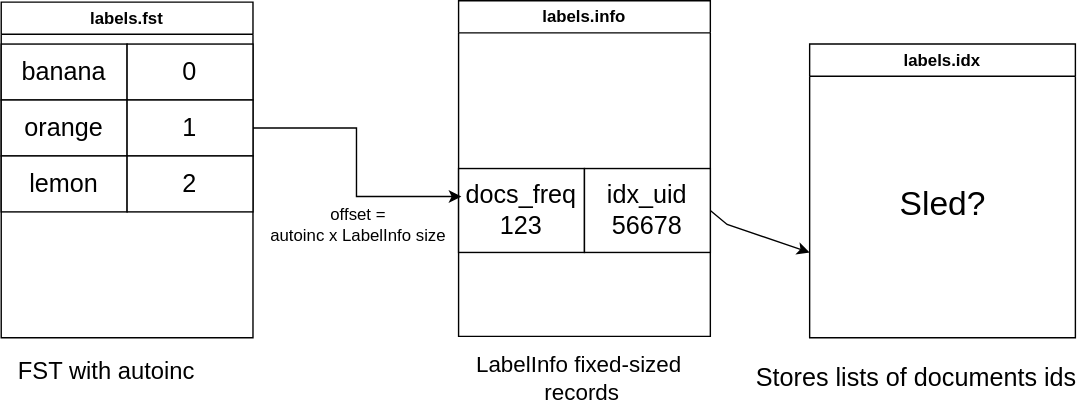
The draw.io diagram labels.drawio.svg in tarekziade/labels, before a commit. Source tidied: cells renumbered, new cells last; positions are measured from the earlier drawing's top-left corner, leaving out a move shared by most shapes.
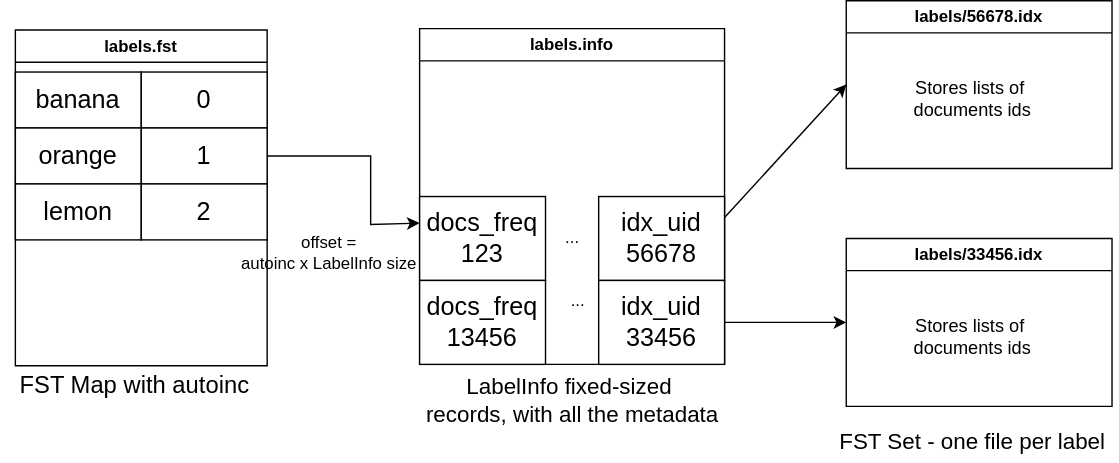
The same diagram one commit later.

Diff of the diagram source:
```diff
@@ -24,48 +24,63 @@
       <mxGeometry x="90" y="110" width="90" height="40" as="geometry" />
     </mxCell>
     <mxCell id="9" value="labels.info" style="swimlane;whiteSpace=wrap;html=1;" parent="1" vertex="1">
-      <mxGeometry x="327" width="180" height="240" as="geometry" />
+      <mxGeometry x="289" width="218" height="240" as="geometry" />
     </mxCell>
     <mxCell id="10" value="&lt;div&gt;docs_freq&lt;/div&gt;&lt;div&gt;123&lt;br&gt;&lt;/div&gt;" style="rounded=0;whiteSpace=wrap;html=1;fontSize=18;align=center;" parent="9" vertex="1">
       <mxGeometry y="120" width="90" height="60" as="geometry" />
     </mxCell>
     <mxCell id="11" value="idx_uid &lt;br&gt;&lt;div align=&quot;center&quot;&gt;56678&lt;/div&gt;" style="rounded=0;whiteSpace=wrap;html=1;fontSize=18;align=center;" parent="9" vertex="1">
-      <mxGeometry x="90" y="120" width="90" height="60" as="geometry" />
+      <mxGeometry x="128" y="120" width="90" height="60" as="geometry" />
     </mxCell>
+    <mxCell id="20" value="&lt;div&gt;docs_freq&lt;/div&gt;&lt;div&gt;13456&lt;br&gt;&lt;/div&gt;" style="rounded=0;whiteSpace=wrap;html=1;fontSize=18;align=center;" parent="9" vertex="1">
+      <mxGeometry y="180" width="90" height="60" as="geometry" />
+    </mxCell>
+    <mxCell id="21" value="idx_uid &lt;br&gt;&lt;div align=&quot;center&quot;&gt;33456&lt;br&gt;&lt;/div&gt;" style="rounded=0;whiteSpace=wrap;html=1;fontSize=18;align=center;" parent="9" vertex="1">
+      <mxGeometry x="128" y="180" width="90" height="60" as="geometry" />
+    </mxCell>
+    <mxCell id="22" value="..." style="text;html=1;align=center;verticalAlign=middle;strokeColor=none;fillColor=none;" parent="9" vertex="1">
+      <mxGeometry x="94" y="135" width="30" height="30" as="geometry" />
+    </mxCell>
+    <mxCell id="23" value="..." style="text;html=1;align=center;verticalAlign=middle;strokeColor=none;fillColor=none;" parent="9" vertex="1">
+      <mxGeometry x="98" y="180" width="30" height="30" as="geometry" />
+    </mxCell>
-    <mxCell id="12" value="labels.idx" style="swimlane;whiteSpace=wrap;html=1;" parent="1" vertex="1">
-      <mxGeometry x="578" y="31" width="190" height="210" as="geometry" />
+    <mxCell id="12" value="labels/33456.idx" style="swimlane;whiteSpace=wrap;html=1;" parent="1" vertex="1">
+      <mxGeometry x="594" y="150" width="190" height="120" as="geometry" />
     </mxCell>
-    <mxCell id="13" value="&lt;font style=&quot;font-size: 24px;&quot;&gt;Sled?&lt;/font&gt;" style="text;html=1;align=center;verticalAlign=middle;strokeColor=none;fillColor=none;" parent="12" vertex="1">
-      <mxGeometry x="55" y="95" width="80" height="40" as="geometry" />
-    </mxCell>
+    <mxCell id="19" value="&lt;div&gt;&lt;font style=&quot;font-size: 13px;&quot;&gt;Stores lists of&amp;nbsp;&lt;/font&gt;&lt;/div&gt;&lt;div&gt;&lt;font style=&quot;font-size: 13px;&quot;&gt;documents ids&lt;/font&gt;&lt;/div&gt;" style="text;html=1;align=center;verticalAlign=middle;strokeColor=none;fillColor=none;fontSize=13;" parent="12" vertex="1">
+      <mxGeometry x="35" y="50" width="110" height="40" as="geometry" />
+    </mxCell>
-    <mxCell id="14" style="edgeStyle=orthogonalEdgeStyle;rounded=0;jettySize=auto;html=1;exitX=1;exitY=0.5;exitDx=0;exitDy=0;" parent="1" edge="1" source="6">
+    <mxCell id="14" style="edgeStyle=orthogonalEdgeStyle;rounded=0;jettySize=auto;html=1;exitX=1;exitY=0.5;exitDx=0;exitDy=0;entryX=0.933;entryY=-0.025;entryDx=0;entryDy=0;entryPerimeter=0;" parent="1" edge="1" source="6" target="18">
       <mxGeometry relative="1" as="geometry">
-        <mxPoint x="329" y="140" as="targetPoint" />
         <Array as="points">
           <mxPoint x="254" y="91" />
           <mxPoint x="254" y="140" />
         </Array>
       </mxGeometry>
     </mxCell>
-    <mxCell id="15" style="endArrow=classic;html=1;rounded=0;exitX=1;exitY=0.5;exitDx=0;exitDy=0;entryX=0;entryY=0.5;entryDx=0;entryDy=0;" parent="1" edge="1" source="11">
-      <mxGeometry relative="1" as="geometry">
-        <mxPoint x="578" y="180" as="targetPoint" />
-        <Array as="points">
-          <mxPoint x="519" y="160" />
-        </Array>
-      </mxGeometry>
-    </mxCell>
-    <mxCell id="16" value="&lt;font style=&quot;font-size: 17px;&quot;&gt;FST with autoinc&lt;/font&gt;" style="text;html=1;align=center;verticalAlign=middle;strokeColor=none;fillColor=none;" parent="1" vertex="1">
-      <mxGeometry y="251" width="150" height="30" as="geometry" />
+    <mxCell id="16" value="&lt;font style=&quot;font-size: 17px;&quot;&gt;FST Map with autoinc&lt;/font&gt;" style="text;html=1;align=center;verticalAlign=middle;strokeColor=none;fillColor=none;" parent="1" vertex="1">
+      <mxGeometry x="-10" y="241" width="190" height="30" as="geometry" />
     </mxCell>
-    <mxCell id="17" value="&lt;div&gt;&lt;font style=&quot;font-size: 16px;&quot;&gt;LabelInfo fixed-sized&amp;nbsp;&lt;/font&gt;&lt;/div&gt;&lt;div&gt;&lt;font style=&quot;font-size: 16px;&quot;&gt;records&lt;/font&gt; &lt;/div&gt;" style="text;html=1;align=center;verticalAlign=middle;strokeColor=none;fillColor=none;" parent="1" vertex="1">
-      <mxGeometry x="330" y="245" width="170" height="50" as="geometry" />
+    <mxCell id="17" value="&lt;div&gt;&lt;font style=&quot;font-size: 16px;&quot;&gt;LabelInfo fixed-sized&amp;nbsp;&lt;/font&gt;&lt;/div&gt;&lt;div&gt;&lt;font style=&quot;font-size: 16px;&quot;&gt;records, with all the metadata&lt;/font&gt; &lt;/div&gt;" style="text;html=1;align=center;verticalAlign=middle;strokeColor=none;fillColor=none;" parent="1" vertex="1">
+      <mxGeometry x="283" y="241" width="230" height="50" as="geometry" />
     </mxCell>
     <mxCell id="18" value="&lt;div&gt;offset =&lt;/div&gt;&lt;div&gt;autoinc x LabelInfo size&lt;/div&gt;" style="text;html=1;align=center;verticalAlign=middle;points=[];strokeColor=none;fillColor=none;" parent="1" vertex="1">
-      <mxGeometry x="180" y="140" width="150" height="40" as="geometry" />
+      <mxGeometry x="149" y="140" width="150" height="40" as="geometry" />
     </mxCell>
-    <mxCell id="19" value="&lt;font style=&quot;font-size: 18px;&quot;&gt;Stores lists of documents ids&lt;/font&gt;" style="text;html=1;align=center;verticalAlign=middle;strokeColor=none;fillColor=none;" parent="1" vertex="1">
-      <mxGeometry x="529" y="250" width="250" height="40" as="geometry" />
-    </mxCell>
+    <mxCell id="24" value="&lt;font style=&quot;font-size: 16px;&quot;&gt;FST Set - one file per label&lt;/font&gt;" style="text;html=1;align=center;verticalAlign=middle;strokeColor=none;fillColor=none;" parent="1" vertex="1">
+      <mxGeometry x="579" y="280" width="210" height="30" as="geometry" />
+    </mxCell>
+    <mxCell id="25" style="endArrow=classic;html=1;rounded=0;entryX=0;entryY=0.5;entryDx=0;entryDy=0;" parent="1" edge="1" source="21" target="12">
+      <mxGeometry relative="1" as="geometry" />
+    </mxCell>
+    <mxCell id="26" value="labels/56678.idx" style="swimlane;whiteSpace=wrap;html=1;" parent="1" vertex="1">
+      <mxGeometry x="594" y="-20" width="190" height="120" as="geometry" />
+    </mxCell>
+    <mxCell id="27" value="&lt;div&gt;&lt;font style=&quot;font-size: 13px;&quot;&gt;Stores lists of&amp;nbsp;&lt;/font&gt;&lt;/div&gt;&lt;div&gt;&lt;font style=&quot;font-size: 13px;&quot;&gt;documents ids&lt;/font&gt;&lt;/div&gt;" style="text;html=1;align=center;verticalAlign=middle;strokeColor=none;fillColor=none;fontSize=13;" parent="26" vertex="1">
+      <mxGeometry x="35" y="50" width="110" height="40" as="geometry" />
+    </mxCell>
+    <mxCell id="28" style="endArrow=classic;html=1;rounded=0;entryX=0;entryY=0.5;entryDx=0;entryDy=0;exitX=1;exitY=0.25;exitDx=0;exitDy=0;" parent="1" edge="1" source="11" target="26">
+      <mxGeometry relative="1" as="geometry" />
+    </mxCell>
   </root>
 </mxGraphModel>
```
